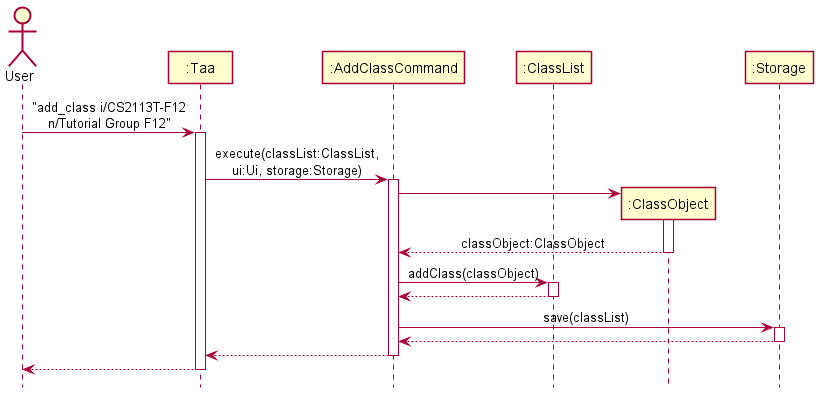
Earlier version of the PlantUML export docs/diagrams/AddClassSequenceDiagram.png (nus-cs2113-AY2122S1/tp).
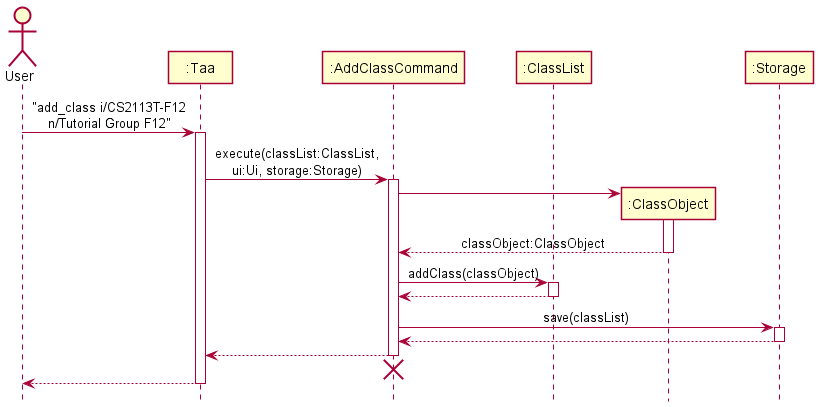
The same diagram one commit later.

Commit message:
Add AddClassCommand object deletion in AddClassSequenceDiagram

The edit, as a diff of the source:
```diff
@@ -32,6 +32,8 @@
 
 addClassCommand --> taa
 deactivate addClassCommand
+taa -[hidden]-> addClassCommand
+destroy addClassCommand
 
 taa --> user
 deactivate taa
```
